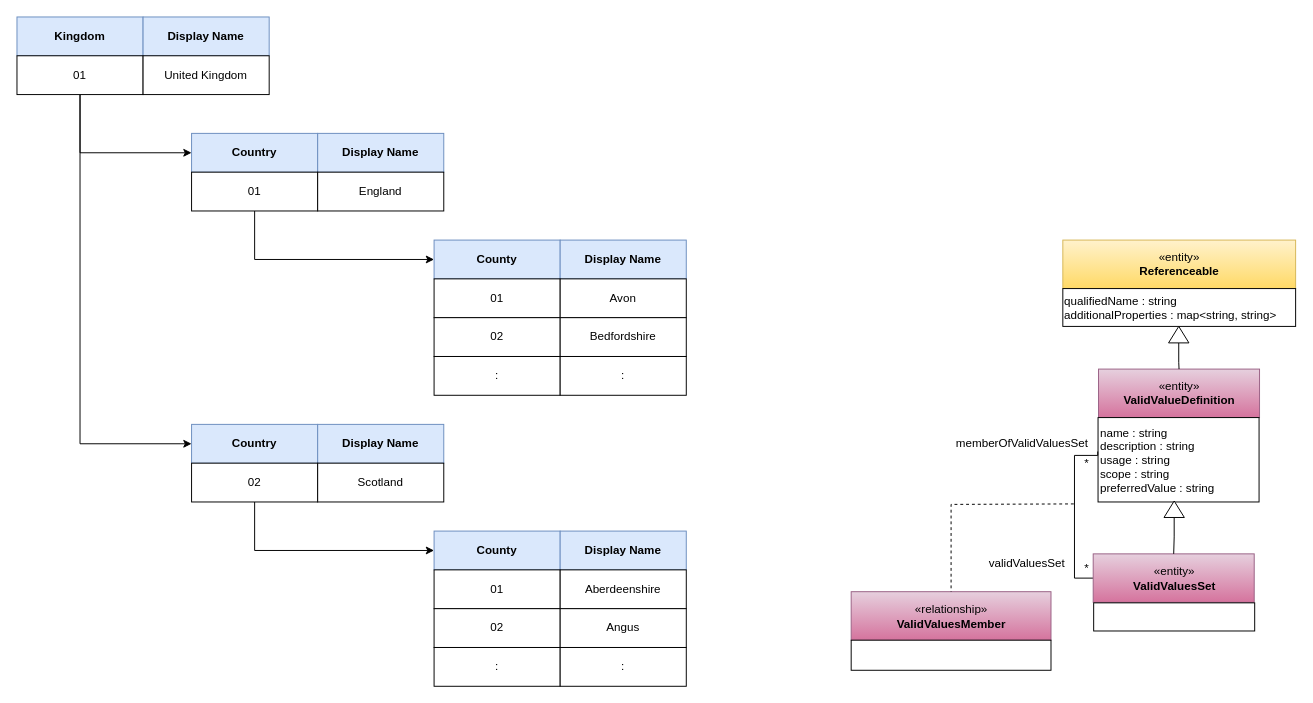
This is page "hierarchical-information-codes" (2 of 7) of site/docs/features/reference-data-management/reference-data-management.drawio from odpi/egeria-docs, a draw.io file, before an edit. Source tidied: cells renumbered, new cells numbered last; positions are measured from the earlier drawing's top-left corner, leaving out a move shared by most shapes. Both pictures are drawn from the tidied source at 97%, with x=0, y=0 at pixel (16, 16).
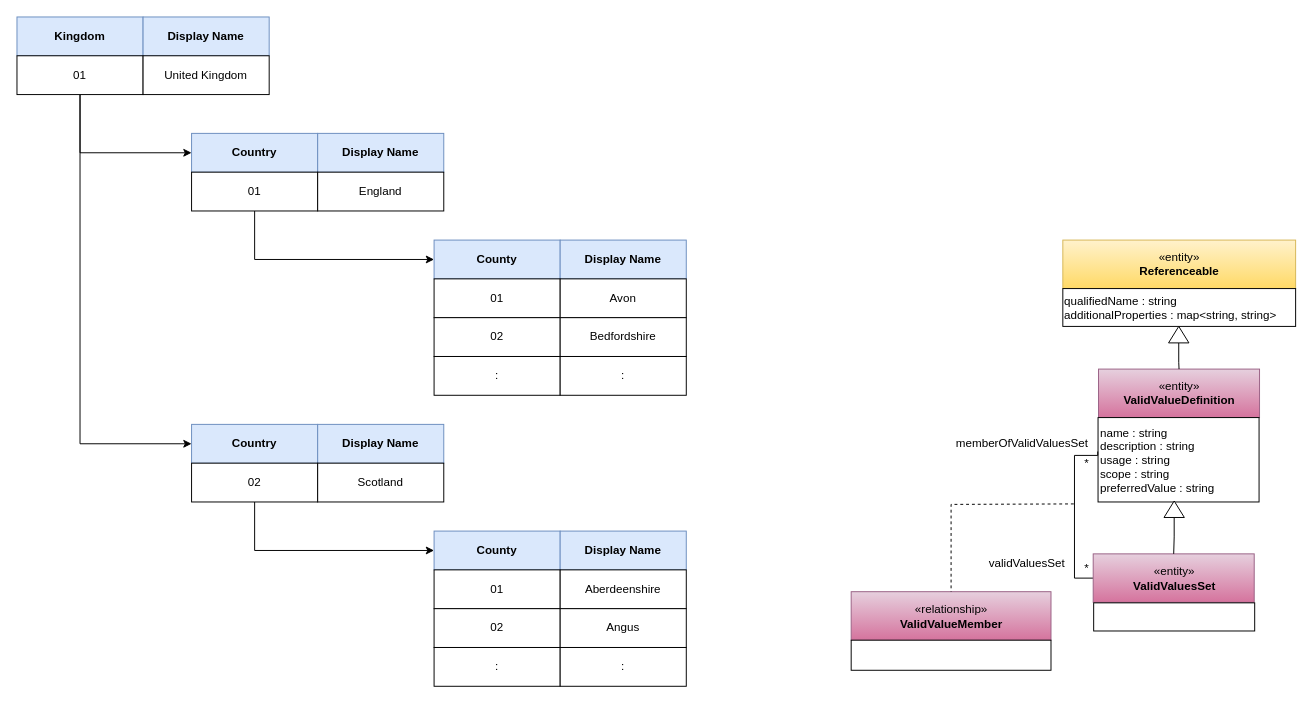
After the change.

The edit, as a diff of the source:
```diff
@@
-    <mxCell id="49" value="«relationship»&lt;br&gt;&lt;b&gt;ValidValuesMember&lt;/b&gt;" style="html=1;strokeColor=#996185;align=center;fillColor=#e6d0de;gradientColor=#d5739d;" parent="1" vertex="1">
+    <mxCell id="49" value="«relationship»&lt;br&gt;&lt;b&gt;ValidValueMember&lt;/b&gt;" style="html=1;strokeColor=#996185;align=center;fillColor=#e6d0de;gradientColor=#d5739d;" parent="1" vertex="1">
       <mxGeometry x="860" y="592.5" width="206" height="50" as="geometry" />
     </mxCell>
```
